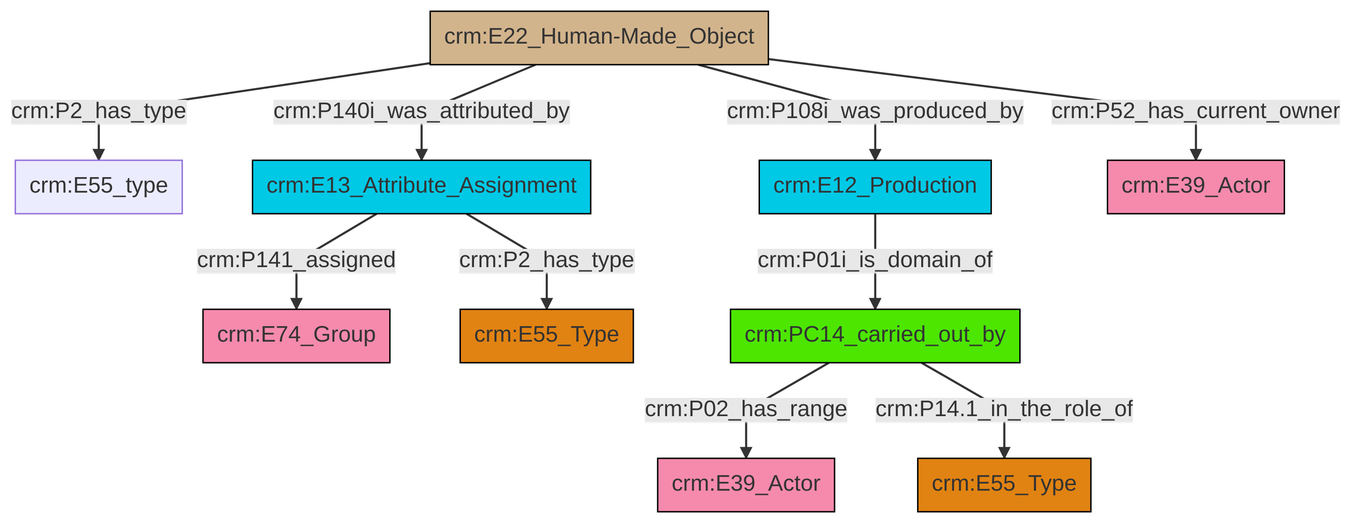
Before: et/builtWorkCSV/ttl/mmd/png/Built_Work_actor_relations.png, a diagram exported from Mermaid (swiss-art-research-net/reference-data-models). Its source is kept beside it as et/builtWorkCSV/ttl/mmd/Built_Work_actor_relations.ttl.mmd.
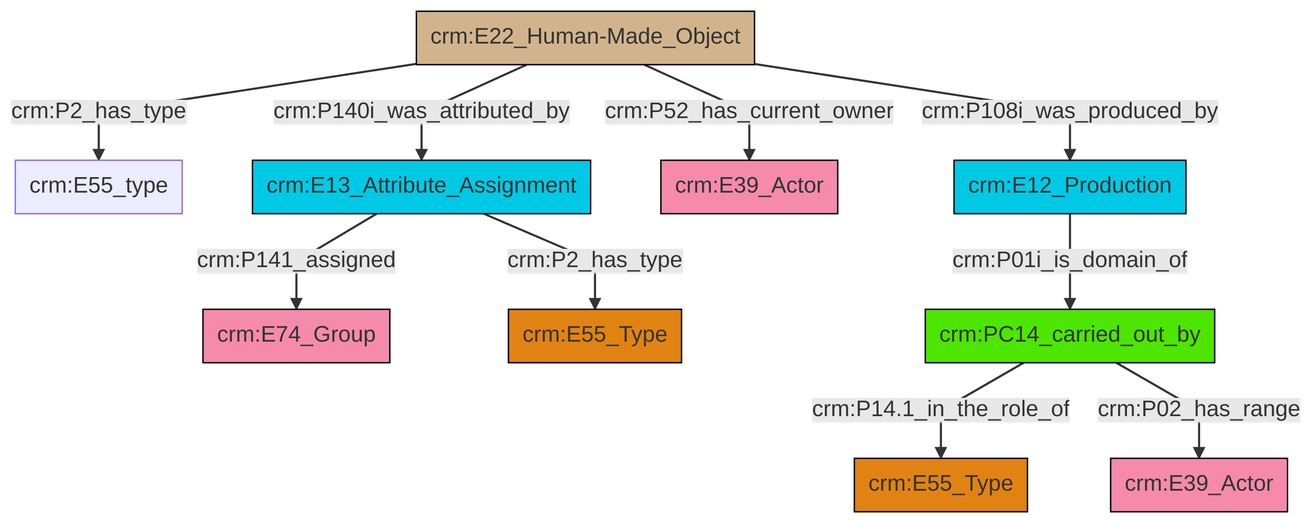
After the change.

What changed in the source:
```diff
@@ -13,12 +13,12 @@
 classDef PC_Classes fill:#4ce600, stroke:#000000;
 classDef Multi fill:#cccccc,stroke:#000000;
 
-2["crm:PC14_carried_out_by"]:::PC_Classes -->|crm:P02_has_range| 3["crm:E39_Actor"]:::Actor
-2["crm:PC14_carried_out_by"]:::PC_Classes -->|crm:P14.1_in_the_role_of| 4["crm:E55_Type"]:::Type
-12["crm:E12_Production"]:::Temporal_Entity -->|crm:P01i_is_domain_of| 2["crm:PC14_carried_out_by"]:::PC_Classes
-8["crm:E22_Human-Made_Object"]:::Physical_Thing -->|crm:P2_has_type| 19["crm:E55_type"]:::Default
-13["crm:E13_Attribute_Assignment"]:::Temporal_Entity -->|crm:P141_assigned| 10["crm:E74_Group"]:::Actor
-8["crm:E22_Human-Made_Object"]:::Physical_Thing -->|crm:P140i_was_attributed_by| 13["crm:E13_Attribute_Assignment"]:::Temporal_Entity
-8["crm:E22_Human-Made_Object"]:::Physical_Thing -->|crm:P108i_was_produced_by| 12["crm:E12_Production"]:::Temporal_Entity
-13["crm:E13_Attribute_Assignment"]:::Temporal_Entity -->|crm:P2_has_type| 0["crm:E55_Type"]:::Type
-8["crm:E22_Human-Made_Object"]:::Physical_Thing -->|crm:P52_has_current_owner| 6["crm:E39_Actor"]:::Actor
+6["crm:E22_Human-Made_Object"]:::Physical_Thing -->|crm:P140i_was_attributed_by| 7["crm:E13_Attribute_Assignment"]:::Temporal_Entity
+6["crm:E22_Human-Made_Object"]:::Physical_Thing -->|crm:P108i_was_produced_by| 13["crm:E12_Production"]:::Temporal_Entity
+6["crm:E22_Human-Made_Object"]:::Physical_Thing -->|crm:P2_has_type| 0["crm:E55_type"]:::Default
+7["crm:E13_Attribute_Assignment"]:::Temporal_Entity -->|crm:P141_assigned| 2["crm:E74_Group"]:::Actor
+15["crm:PC14_carried_out_by"]:::PC_Classes -->|crm:P14.1_in_the_role_of| 4["crm:E55_Type"]:::Type
+7["crm:E13_Attribute_Assignment"]:::Temporal_Entity -->|crm:P2_has_type| 10["crm:E55_Type"]:::Type
+6["crm:E22_Human-Made_Object"]:::Physical_Thing -->|crm:P52_has_current_owner| 8["crm:E39_Actor"]:::Actor
+13["crm:E12_Production"]:::Temporal_Entity -->|crm:P01i_is_domain_of| 15["crm:PC14_carried_out_by"]:::PC_Classes
+15["crm:PC14_carried_out_by"]:::PC_Classes -->|crm:P02_has_range| 19["crm:E39_Actor"]:::Actor
```
